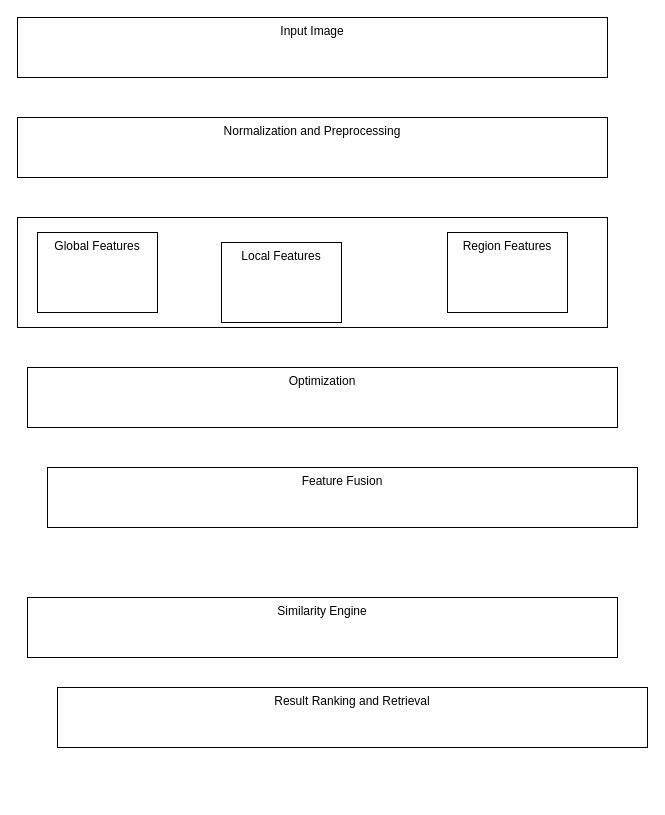
vinayak-k24/DrawIO keeps this draw.io diagram as CBIR_2_1.drawio. Above is the earlier version. Source tidied: cells renumbered, new cells numbered last; positions are measured from the earlier drawing's top-left corner, leaving out a move shared by most shapes. Both pictures are drawn from the tidied source at 100%, with x=0, y=0 at pixel (17, 17).
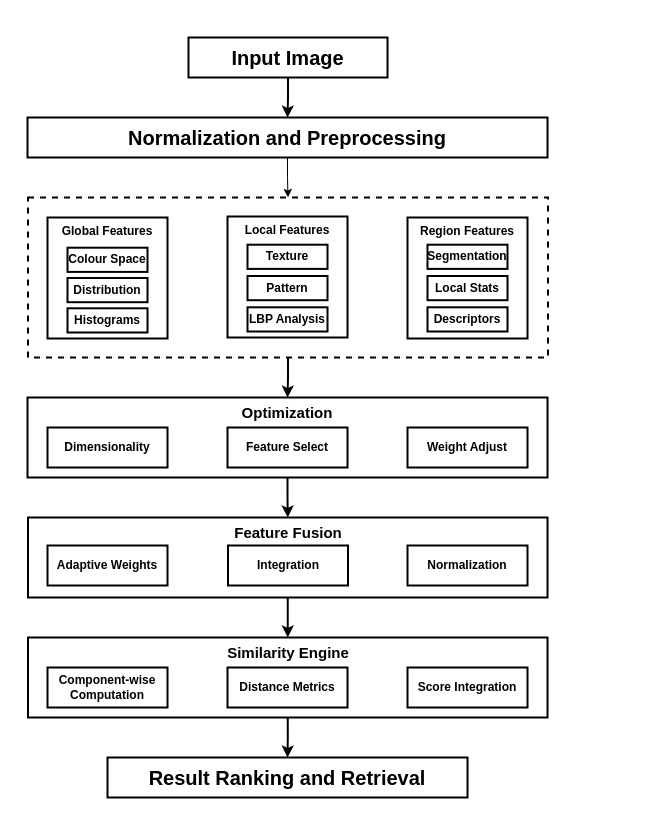
After the change.

What changed in the source:
```diff
@@
+    <mxCell id="12" style="edgeStyle=orthogonalEdgeStyle;rounded=0;jettySize=auto;html=1;exitX=0.5;exitY=1;exitDx=0;exitDy=0;entryX=0.5;entryY=0;entryDx=0;entryDy=0;strokeWidth=2;shadow=0;" parent="1" edge="1" source="4" target="5">
+      <mxGeometry relative="1" as="geometry" />
+    </mxCell>
+    <mxCell id="4" style="rounded=0;whiteSpace=wrap;html=1;verticalAlign=top;dashed=1;fontStyle=1;strokeWidth=2;shadow=0;" parent="1" vertex="1">
+      <mxGeometry x="10.5" y="180" width="520" height="160" as="geometry" />
+    </mxCell>
+    <mxCell id="13" style="edgeStyle=orthogonalEdgeStyle;rounded=0;jettySize=auto;html=1;exitX=0.5;exitY=1;exitDx=0;exitDy=0;entryX=0.5;entryY=0;entryDx=0;entryDy=0;strokeWidth=2;shadow=0;" parent="1" edge="1" source="2" target="3">
+      <mxGeometry relative="1" as="geometry" />
+    </mxCell>
-    <mxCell id="2" value="Input Image" style="rounded=0;whiteSpace=wrap;html=1;verticalAlign=top;" parent="1" vertex="1">
-      <mxGeometry width="590" height="60" as="geometry" />
+    <mxCell id="2" value="Input Image" style="rounded=0;whiteSpace=wrap;html=1;verticalAlign=middle;fontStyle=1;fontSize=20;strokeWidth=2;shadow=0;" parent="1" vertex="1">
+      <mxGeometry x="171" y="20" width="199" height="40" as="geometry" />
     </mxCell>
+    <mxCell id="14" style="edgeStyle=orthogonalEdgeStyle;rounded=0;jettySize=auto;html=1;exitX=0.5;exitY=1;exitDx=0;exitDy=0;entryX=0.5;entryY=0;entryDx=0;entryDy=0;shadow=0;" parent="1" edge="1" source="3" target="4">
+      <mxGeometry relative="1" as="geometry" />
+    </mxCell>
-    <mxCell id="3" value="Normalization and Preprocessing" style="rounded=0;whiteSpace=wrap;html=1;verticalAlign=top;" parent="1" vertex="1">
-      <mxGeometry y="100" width="590" height="60" as="geometry" />
+    <mxCell id="3" value="Normalization and Preprocessing" style="rounded=0;whiteSpace=wrap;html=1;verticalAlign=middle;fontSize=20;fontStyle=1;strokeWidth=2;shadow=0;" parent="1" vertex="1">
+      <mxGeometry x="10" y="100" width="520" height="40" as="geometry" />
     </mxCell>
-    <mxCell id="4" style="rounded=0;whiteSpace=wrap;html=1;verticalAlign=top;" parent="1" vertex="1">
-      <mxGeometry y="200" width="590" height="110" as="geometry" />
-    </mxCell>
+    <mxCell id="15" style="edgeStyle=orthogonalEdgeStyle;rounded=0;jettySize=auto;html=1;exitX=0.5;exitY=1;exitDx=0;exitDy=0;entryX=0.5;entryY=0;entryDx=0;entryDy=0;strokeWidth=2;shadow=0;" parent="1" edge="1" source="5" target="6">
+      <mxGeometry relative="1" as="geometry" />
+    </mxCell>
-    <mxCell id="5" value="Optimization" style="rounded=0;whiteSpace=wrap;html=1;verticalAlign=top;" parent="1" vertex="1">
-      <mxGeometry x="10" y="350" width="590" height="60" as="geometry" />
+    <mxCell id="5" value="&lt;font style=&quot;font-size: 15px;&quot;&gt;Optimization&lt;/font&gt;" style="rounded=0;whiteSpace=wrap;html=1;verticalAlign=top;fontStyle=1;strokeWidth=2;shadow=0;" parent="1" vertex="1">
+      <mxGeometry x="10" y="380" width="520" height="80" as="geometry" />
     </mxCell>
+    <mxCell id="16" style="edgeStyle=orthogonalEdgeStyle;rounded=0;jettySize=auto;html=1;exitX=0.5;exitY=1;exitDx=0;exitDy=0;entryX=0.5;entryY=0;entryDx=0;entryDy=0;strokeWidth=2;shadow=0;" parent="1" edge="1" source="6" target="7">
+      <mxGeometry relative="1" as="geometry" />
+    </mxCell>
-    <mxCell id="6" value="Feature Fusion" style="rounded=0;whiteSpace=wrap;html=1;verticalAlign=top;" parent="1" vertex="1">
-      <mxGeometry x="30" y="450" width="590" height="60" as="geometry" />
+    <mxCell id="6" value="&lt;font style=&quot;font-size: 15px;&quot;&gt;Feature Fusion&lt;/font&gt;" style="rounded=0;whiteSpace=wrap;html=1;verticalAlign=top;fontStyle=1;strokeWidth=2;shadow=0;" parent="1" vertex="1">
+      <mxGeometry x="10.5" y="500" width="519.5" height="80" as="geometry" />
     </mxCell>
+    <mxCell id="17" style="edgeStyle=orthogonalEdgeStyle;rounded=0;jettySize=auto;html=1;exitX=0.5;exitY=1;exitDx=0;exitDy=0;entryX=0.5;entryY=0;entryDx=0;entryDy=0;strokeWidth=2;shadow=0;" parent="1" edge="1" source="7" target="8">
+      <mxGeometry relative="1" as="geometry" />
+    </mxCell>
-    <mxCell id="7" value="Similarity Engine" style="rounded=0;whiteSpace=wrap;html=1;verticalAlign=top;" parent="1" vertex="1">
-      <mxGeometry x="10" y="580" width="590" height="60" as="geometry" />
+    <mxCell id="7" value="&lt;font style=&quot;font-size: 15px;&quot;&gt;Similarity Engine&lt;/font&gt;" style="rounded=0;whiteSpace=wrap;html=1;verticalAlign=top;fontStyle=1;strokeWidth=2;shadow=0;" parent="1" vertex="1">
+      <mxGeometry x="10.5" y="620" width="519.5" height="80" as="geometry" />
     </mxCell>
-    <mxCell id="8" value="Result Ranking and Retrieval" style="rounded=0;whiteSpace=wrap;html=1;verticalAlign=top;" parent="1" vertex="1">
-      <mxGeometry x="40" y="670" width="590" height="60" as="geometry" />
+    <mxCell id="8" value="&lt;font style=&quot;font-size: 20px;&quot;&gt;Result Ranking and Retrieval&lt;/font&gt;" style="rounded=0;whiteSpace=wrap;html=1;verticalAlign=middle;fontStyle=1;strokeWidth=2;shadow=0;" parent="1" vertex="1">
+      <mxGeometry x="90" y="740" width="360" height="40" as="geometry" />
     </mxCell>
+    <mxCell id="18" value="Component-wise Computation" style="rounded=0;whiteSpace=wrap;html=1;fontStyle=1;strokeWidth=2;shadow=0;" parent="1" vertex="1">
+      <mxGeometry x="30" y="650" width="120" height="40" as="geometry" />
+    </mxCell>
+    <mxCell id="19" value="Distance Metrics" style="rounded=0;whiteSpace=wrap;html=1;fontStyle=1;strokeWidth=2;shadow=0;" parent="1" vertex="1">
+      <mxGeometry x="210" y="650" width="120" height="40" as="geometry" />
+    </mxCell>
+    <mxCell id="20" value="Score Integration" style="rounded=0;whiteSpace=wrap;html=1;fontStyle=1;strokeWidth=2;shadow=0;" parent="1" vertex="1">
+      <mxGeometry x="390" y="650" width="120" height="40" as="geometry" />
+    </mxCell>
+    <mxCell id="21" value="Adaptive Weights" style="rounded=0;whiteSpace=wrap;html=1;fontStyle=1;strokeWidth=2;shadow=0;" parent="1" vertex="1">
+      <mxGeometry x="30" y="528" width="120" height="40" as="geometry" />
+    </mxCell>
+    <mxCell id="22" value="Integration" style="rounded=0;whiteSpace=wrap;html=1;fontStyle=1;strokeWidth=2;shadow=0;" parent="1" vertex="1">
+      <mxGeometry x="210.5" y="528" width="120" height="40" as="geometry" />
+    </mxCell>
+    <mxCell id="23" value="Normalization" style="rounded=0;whiteSpace=wrap;html=1;fontStyle=1;strokeWidth=2;shadow=0;" parent="1" vertex="1">
+      <mxGeometry x="390" y="528" width="120" height="40" as="geometry" />
+    </mxCell>
+    <mxCell id="24" value="Dimensionality" style="rounded=0;whiteSpace=wrap;html=1;fontStyle=1;strokeWidth=2;shadow=0;" parent="1" vertex="1">
+      <mxGeometry x="30" y="410" width="120" height="40" as="geometry" />
+    </mxCell>
+    <mxCell id="25" value="Feature Select" style="rounded=0;whiteSpace=wrap;html=1;fontStyle=1;strokeWidth=2;shadow=0;" parent="1" vertex="1">
+      <mxGeometry x="210" y="410" width="120" height="40" as="geometry" />
+    </mxCell>
+    <mxCell id="26" value="Weight Adjust" style="rounded=0;whiteSpace=wrap;html=1;fontStyle=1;strokeWidth=2;shadow=0;" parent="1" vertex="1">
+      <mxGeometry x="390" y="410" width="120" height="40" as="geometry" />
+    </mxCell>
+    <mxCell id="27" style="group;fontStyle=1;strokeWidth=2;shadow=0;" parent="1" vertex="1">
+      <mxGeometry x="30" y="200" width="120" height="121" as="geometry" />
+    </mxCell>
-    <mxCell id="9" value="Global Features" style="rounded=0;whiteSpace=wrap;html=1;verticalAlign=top;" parent="1" vertex="1">
-      <mxGeometry x="20" y="215" width="120" height="80" as="geometry" />
+    <mxCell id="9" value="Global Features" style="rounded=0;whiteSpace=wrap;html=1;verticalAlign=top;fontStyle=1;strokeWidth=2;shadow=0;" parent="27" vertex="1">
+      <mxGeometry width="120" height="121" as="geometry" />
     </mxCell>
+    <mxCell id="28" value="Colour Space" style="rounded=0;whiteSpace=wrap;html=1;fontStyle=1;strokeWidth=2;shadow=0;" parent="27" vertex="1">
+      <mxGeometry x="20" y="30.2" width="80" height="24.2" as="geometry" />
+    </mxCell>
+    <mxCell id="29" value="Distribution" style="rounded=0;whiteSpace=wrap;html=1;fontStyle=1;strokeWidth=2;shadow=0;" parent="27" vertex="1">
+      <mxGeometry x="20" y="60.5" width="80" height="24.2" as="geometry" />
+    </mxCell>
+    <mxCell id="30" value="Histograms" style="rounded=0;whiteSpace=wrap;html=1;fontStyle=1;strokeWidth=2;shadow=0;" parent="27" vertex="1">
+      <mxGeometry x="20" y="90.8" width="80" height="24.2" as="geometry" />
+    </mxCell>
+    <mxCell id="31" style="group;fontStyle=1;strokeWidth=2;shadow=0;" parent="1" vertex="1">
+      <mxGeometry x="210" y="199" width="120" height="121" as="geometry" />
+    </mxCell>
-    <mxCell id="10" value="Local Features" style="rounded=0;whiteSpace=wrap;html=1;verticalAlign=top;" parent="1" vertex="1">
-      <mxGeometry x="204" y="225" width="120" height="80" as="geometry" />
+    <mxCell id="10" value="Local Features" style="rounded=0;whiteSpace=wrap;html=1;verticalAlign=top;fontStyle=1;strokeWidth=2;shadow=0;" parent="31" vertex="1">
+      <mxGeometry width="120" height="121" as="geometry" />
     </mxCell>
+    <mxCell id="32" value="Texture" style="rounded=0;whiteSpace=wrap;html=1;fontStyle=1;strokeWidth=2;shadow=0;" parent="31" vertex="1">
+      <mxGeometry x="20" y="28.2" width="80" height="24.2" as="geometry" />
+    </mxCell>
+    <mxCell id="33" value="Pattern" style="rounded=0;whiteSpace=wrap;html=1;fontStyle=1;strokeWidth=2;shadow=0;" parent="31" vertex="1">
+      <mxGeometry x="20" y="59.5" width="80" height="24.2" as="geometry" />
+    </mxCell>
+    <mxCell id="34" value="LBP Analysis" style="rounded=0;whiteSpace=wrap;html=1;fontStyle=1;strokeWidth=2;shadow=0;" parent="31" vertex="1">
+      <mxGeometry x="20" y="90.8" width="80" height="24.2" as="geometry" />
+    </mxCell>
+    <mxCell id="35" style="group;fontStyle=1;strokeWidth=2;shadow=0;" parent="1" vertex="1">
+      <mxGeometry x="390" y="200" width="120" height="121" as="geometry" />
+    </mxCell>
-    <mxCell id="11" value="Region Features" style="rounded=0;whiteSpace=wrap;html=1;verticalAlign=top;" parent="1" vertex="1">
-      <mxGeometry x="430" y="215" width="120" height="80" as="geometry" />
+    <mxCell id="11" value="Region Features" style="rounded=0;whiteSpace=wrap;html=1;verticalAlign=top;fontStyle=1;strokeWidth=2;shadow=0;" parent="35" vertex="1">
+      <mxGeometry width="120" height="121" as="geometry" />
     </mxCell>
+    <mxCell id="36" value="Segmentation" style="rounded=0;whiteSpace=wrap;html=1;fontStyle=1;strokeWidth=2;shadow=0;" parent="35" vertex="1">
+      <mxGeometry x="20" y="27.2" width="80" height="24.2" as="geometry" />
+    </mxCell>
+    <mxCell id="37" value="Local Stats" style="rounded=0;whiteSpace=wrap;html=1;fontStyle=1;strokeWidth=2;shadow=0;" parent="35" vertex="1">
+      <mxGeometry x="20" y="58.5" width="80" height="24.2" as="geometry" />
+    </mxCell>
+    <mxCell id="38" value="Descriptors" style="rounded=0;whiteSpace=wrap;html=1;fontStyle=1;strokeWidth=2;shadow=0;" parent="35" vertex="1">
+      <mxGeometry x="20" y="89.8" width="80" height="24.2" as="geometry" />
+    </mxCell>
```
